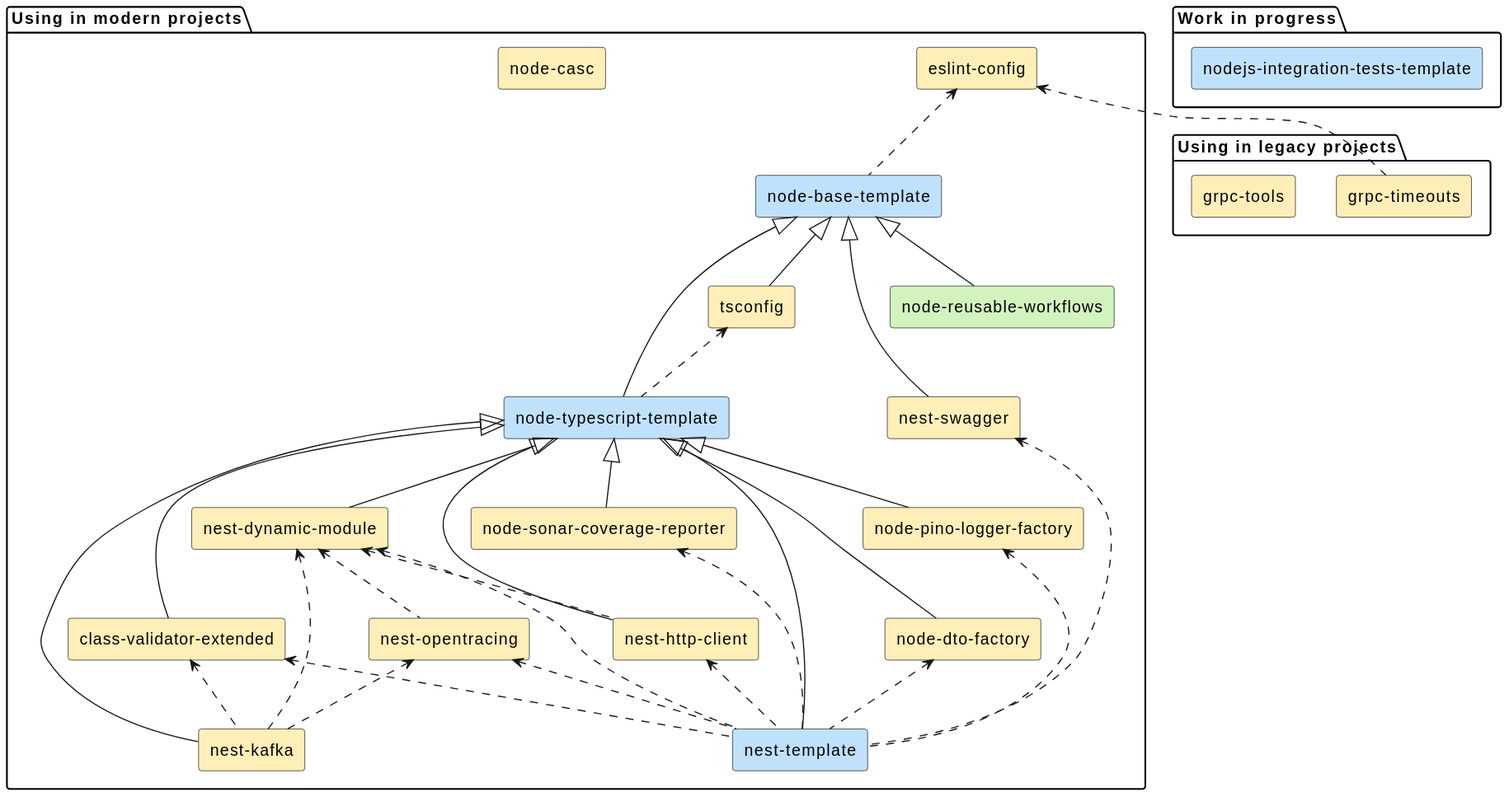
Byndyusoft/awesome-byndyusoft-opensource keeps this PlantUML diagram as docs/nodejs.svg. Above is the earlier version.
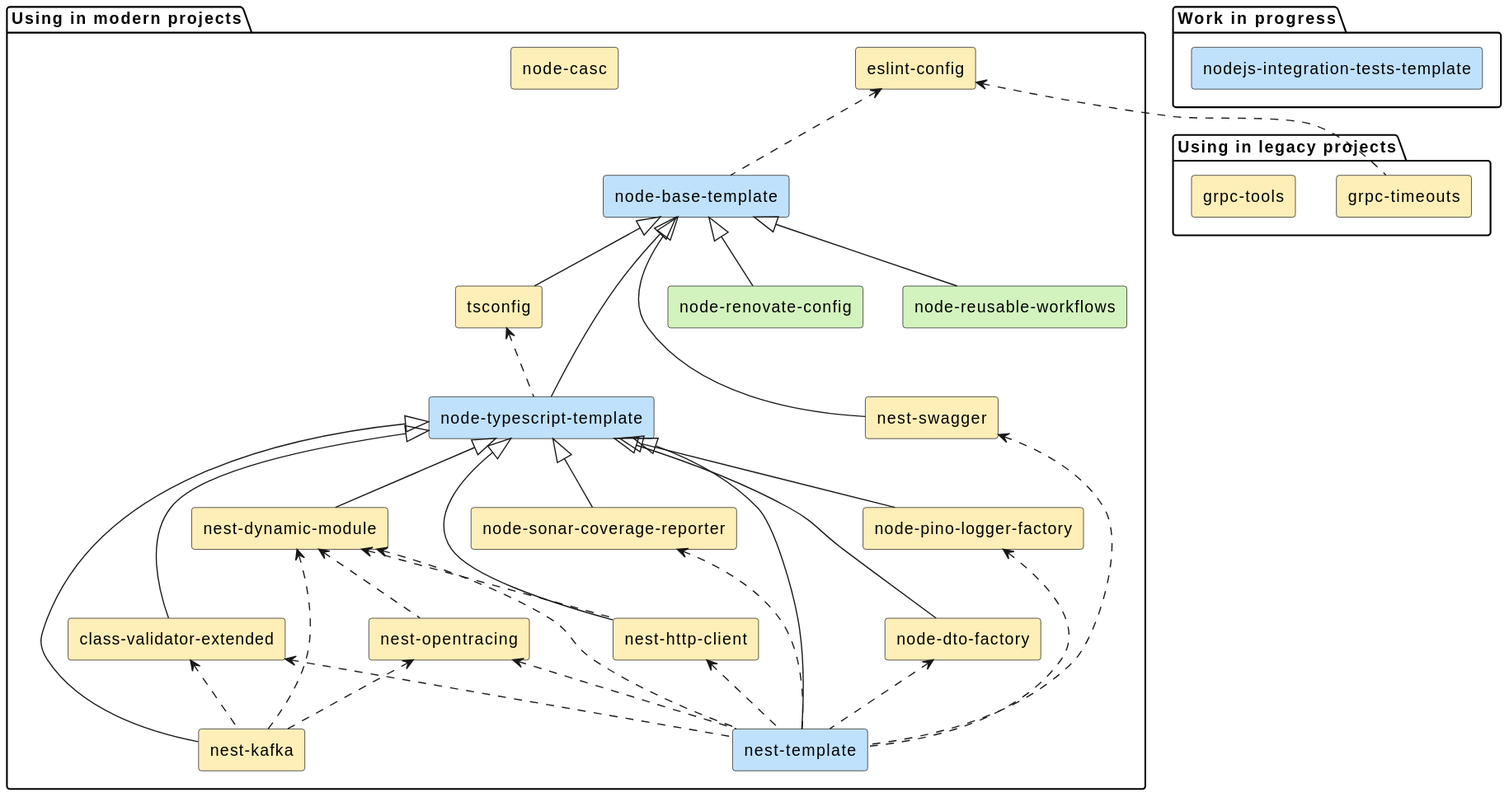
Later version of the same file.

Change to the diagram source:
```diff
@@ -20,6 +20,7 @@
   PACKAGE("node-sonar-coverage-reporter")
   PACKAGE("tsconfig")
 
+  INFRA("node-renovate-config")
   INFRA("node-reusable-workflows")
 }
 
@@ -73,6 +74,8 @@
 
 USE("grpc-timeouts", "eslint-config")
 
+EXTENDS("node-renovate-config", "node-base-template")
+
 EXTENDS("node-reusable-workflows", "node-base-template")
 
 @enduml
```
